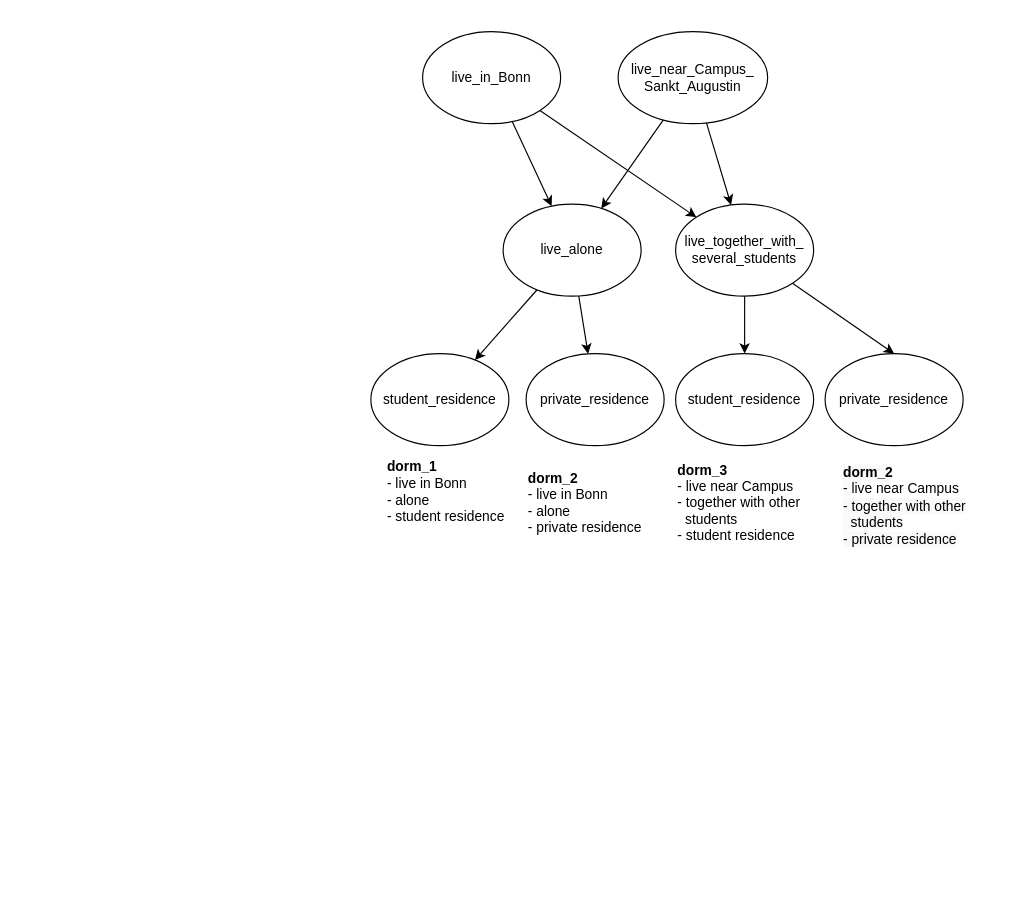
This is project/BayesianNetwork.drawio from DaniAffCH/hcir-assignments, a draw.io file, before an edit. Source tidied: cells renumbered, new cells numbered last; positions are measured from the earlier drawing's top-left corner, leaving out a move shared by most shapes. Both pictures are drawn from the tidied source at 115%, with x=0, y=0 at pixel (370, 31).
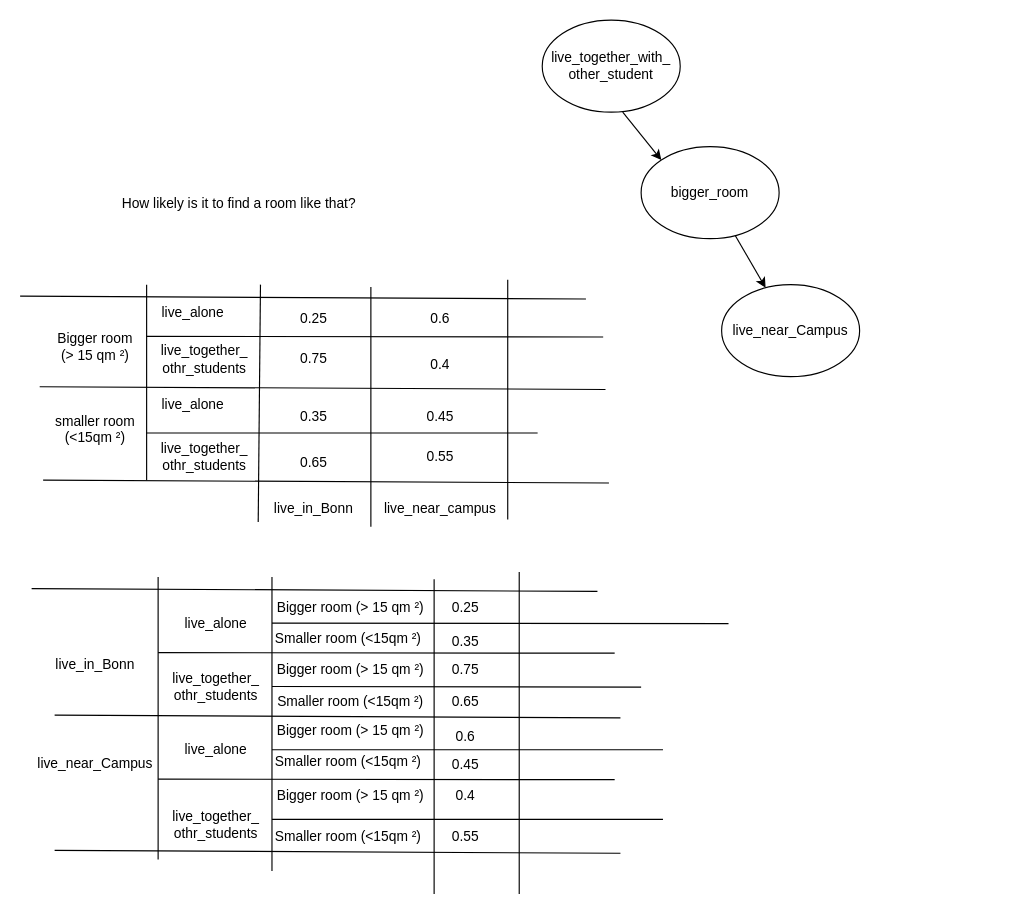
The same diagram, later.

What changed in the source:
```diff
@@
-    <mxCell id="2" style="edgeStyle=none;rounded=0;jettySize=auto;html=1;" parent="1" edge="1" source="4" target="10">
-      <mxGeometry relative="1" as="geometry" />
+    <mxCell id="2" style="edgeStyle=none;rounded=0;jettySize=auto;html=1;entryX=0;entryY=0;entryDx=0;entryDy=0;" parent="1" edge="1" target="10">
+      <mxGeometry relative="1" as="geometry">
+        <mxPoint x="219" y="70" as="sourcePoint" />
+      </mxGeometry>
     </mxCell>
-    <mxCell id="3" style="edgeStyle=none;rounded=0;jettySize=auto;html=1;" parent="1" edge="1" source="4" target="13">
-      <mxGeometry relative="1" as="geometry" />
-    </mxCell>
+    <mxCell id="22" style="edgeStyle=none;html=1;" parent="1" edge="1" source="10" target="40">
+      <mxGeometry relative="1" as="geometry" />
+    </mxCell>
+    <mxCell id="10" value="bigger_room" style="ellipse;whiteSpace=wrap;html=1;" parent="1" vertex="1">
+      <mxGeometry x="235" y="100" width="120" height="80" as="geometry" />
+    </mxCell>
+    <mxCell id="23" value="live_together_with_&lt;br&gt;other_student" style="ellipse;whiteSpace=wrap;html=1;" parent="1" vertex="1">
+      <mxGeometry x="149" y="-10" width="120" height="80" as="geometry" />
+    </mxCell>
+    <mxCell id="24" value="Bigger room &lt;br&gt;(&amp;gt; 15 qm ²)&lt;br&gt;&lt;br&gt;&lt;br&gt;&lt;br&gt;smaller room &lt;br&gt;(&amp;lt;15qm ²)" style="text;html=1;align=center;verticalAlign=middle;strokeColor=none;fillColor=none;" parent="1" vertex="1">
+      <mxGeometry x="-285" y="255" width="90" height="110" as="geometry" />
+    </mxCell>
+    <mxCell id="25" value="live_alone" style="text;html=1;align=center;verticalAlign=middle;strokeColor=none;fillColor=none;" parent="1" vertex="1">
+      <mxGeometry x="-195" y="230" width="80" height="30" as="geometry" />
+    </mxCell>
+    <mxCell id="26" value="live_alone" style="text;html=1;align=center;verticalAlign=middle;strokeColor=none;fillColor=none;" parent="1" vertex="1">
+      <mxGeometry x="-195" y="310" width="80" height="30" as="geometry" />
+    </mxCell>
+    <mxCell id="27" value="live_together_&lt;br&gt;othr_students" style="text;html=1;align=center;verticalAlign=middle;strokeColor=none;fillColor=none;" parent="1" vertex="1">
+      <mxGeometry x="-195" y="265" width="100" height="40" as="geometry" />
+    </mxCell>
+    <mxCell id="28" value="live_together_&lt;br&gt;othr_students" style="text;html=1;align=center;verticalAlign=middle;strokeColor=none;fillColor=none;" parent="1" vertex="1">
+      <mxGeometry x="-195" y="350" width="100" height="40" as="geometry" />
+    </mxCell>
+    <mxCell id="29" style="endArrow=none;html=1;" parent="1" edge="1">
+      <mxGeometry relative="1" as="geometry">
+        <mxPoint x="-195" y="390" as="sourcePoint" />
+        <mxPoint x="-195" y="220" as="targetPoint" />
+      </mxGeometry>
+    </mxCell>
+    <mxCell id="30" style="endArrow=none;html=1;exitX=-0.033;exitY=0.883;exitDx=0;exitDy=0;exitPerimeter=0;" parent="1" edge="1" source="4">
+      <mxGeometry relative="1" as="geometry">
+        <mxPoint x="-96" y="220" as="targetPoint" />
+      </mxGeometry>
+    </mxCell>
+    <mxCell id="31" style="endArrow=none;html=1;entryX=1.022;entryY=-0.005;entryDx=0;entryDy=0;entryPerimeter=0;" parent="1" edge="1">
+      <mxGeometry relative="1" as="geometry">
+        <mxPoint x="202" y="265.5" as="sourcePoint" />
+        <mxPoint x="-195" y="265" as="targetPoint" />
+      </mxGeometry>
+    </mxCell>
+    <mxCell id="32" style="endArrow=none;html=1;entryX=-0.022;entryY=-0.025;entryDx=0;entryDy=0;entryPerimeter=0;" parent="1" edge="1">
+      <mxGeometry relative="1" as="geometry">
+        <mxPoint x="204" y="311.2" as="sourcePoint" />
+        <mxPoint x="-288" y="308.8" as="targetPoint" />
+      </mxGeometry>
+    </mxCell>
+    <mxCell id="33" style="endArrow=none;html=1;entryX=-0.022;entryY=-0.025;entryDx=0;entryDy=0;entryPerimeter=0;" parent="1" edge="1">
+      <mxGeometry relative="1" as="geometry">
+        <mxPoint x="207" y="392.5" as="sourcePoint" />
+        <mxPoint x="-285" y="390" as="targetPoint" />
+      </mxGeometry>
+    </mxCell>
+    <mxCell id="34" style="endArrow=none;html=1;" parent="1" edge="1">
+      <mxGeometry relative="1" as="geometry">
+        <mxPoint x="145" y="349" as="sourcePoint" />
+        <mxPoint x="-195" y="349" as="targetPoint" />
+      </mxGeometry>
+    </mxCell>
+    <mxCell id="35" style="endArrow=none;html=1;entryX=-0.022;entryY=-0.025;entryDx=0;entryDy=0;entryPerimeter=0;" parent="1" edge="1">
+      <mxGeometry relative="1" as="geometry">
+        <mxPoint x="187" y="232.5" as="sourcePoint" />
+        <mxPoint x="-305" y="230" as="targetPoint" />
+      </mxGeometry>
+    </mxCell>
-    <mxCell id="4" value="live_in_Bonn" style="ellipse;whiteSpace=wrap;html=1;" parent="1" vertex="1">
-      <mxGeometry x="45" width="120" height="80" as="geometry" />
+    <mxCell id="4" value="live_in_Bonn" style="text;html=1;align=center;verticalAlign=middle;points=[];strokeColor=none;fillColor=none;" parent="1" vertex="1">
+      <mxGeometry x="-95" y="400" width="90" height="30" as="geometry" />
     </mxCell>
-    <mxCell id="5" style="rounded=0;jettySize=auto;html=1;" parent="1" edge="1" source="7" target="10">
-      <mxGeometry relative="1" as="geometry" />
-    </mxCell>
-    <mxCell id="6" style="edgeStyle=none;rounded=0;jettySize=auto;html=1;" parent="1" edge="1" source="7" target="13">
-      <mxGeometry relative="1" as="geometry" />
-    </mxCell>
-    <mxCell id="7" value="live_near_Campus_&lt;br&gt;Sankt_Augustin" style="ellipse;whiteSpace=wrap;html=1;" parent="1" vertex="1">
-      <mxGeometry x="215" width="130" height="80" as="geometry" />
-    </mxCell>
-    <mxCell id="8" style="edgeStyle=none;rounded=0;jettySize=auto;html=1;" parent="1" edge="1" source="10" target="15">
-      <mxGeometry relative="1" as="geometry" />
-    </mxCell>
-    <mxCell id="9" style="edgeStyle=none;rounded=0;jettySize=auto;html=1;" parent="1" edge="1" source="10" target="16">
-      <mxGeometry relative="1" as="geometry" />
-    </mxCell>
-    <mxCell id="10" value="live_alone" style="ellipse;whiteSpace=wrap;html=1;" parent="1" vertex="1">
-      <mxGeometry x="115" y="150" width="120" height="80" as="geometry" />
-    </mxCell>
-    <mxCell id="11" style="edgeStyle=none;rounded=0;jettySize=auto;html=1;" parent="1" edge="1" source="13" target="14">
-      <mxGeometry relative="1" as="geometry" />
-    </mxCell>
-    <mxCell id="12" style="edgeStyle=none;rounded=0;jettySize=auto;html=1;entryX=0.5;entryY=0;entryDx=0;entryDy=0;" parent="1" edge="1" source="13" target="17">
-      <mxGeometry relative="1" as="geometry" />
-    </mxCell>
-    <mxCell id="13" value="live_together_with_&lt;br&gt;several_students" style="ellipse;whiteSpace=wrap;html=1;" parent="1" vertex="1">
-      <mxGeometry x="265" y="150" width="120" height="80" as="geometry" />
-    </mxCell>
-    <mxCell id="14" value="student_residence" style="ellipse;whiteSpace=wrap;html=1;" parent="1" vertex="1">
-      <mxGeometry x="265" y="280" width="120" height="80" as="geometry" />
-    </mxCell>
-    <mxCell id="15" value="student_residence" style="ellipse;whiteSpace=wrap;html=1;" parent="1" vertex="1">
-      <mxGeometry y="280" width="120" height="80" as="geometry" />
-    </mxCell>
-    <mxCell id="16" value="private_residence" style="ellipse;whiteSpace=wrap;html=1;" parent="1" vertex="1">
-      <mxGeometry x="135" y="280" width="120" height="80" as="geometry" />
-    </mxCell>
-    <mxCell id="17" value="private_residence" style="ellipse;whiteSpace=wrap;html=1;" parent="1" vertex="1">
-      <mxGeometry x="395" y="280" width="120" height="80" as="geometry" />
-    </mxCell>
-    <mxCell id="18" value="&lt;div style=&quot;text-align: left&quot;&gt;&lt;b&gt;dorm_1&lt;/b&gt;&lt;/div&gt;&lt;div style=&quot;text-align: left&quot;&gt;&lt;span&gt;- live in Bonn&lt;/span&gt;&lt;/div&gt;&lt;div style=&quot;text-align: left&quot;&gt;&lt;span&gt;- alone&lt;/span&gt;&lt;/div&gt;&lt;div style=&quot;text-align: left&quot;&gt;&lt;span&gt;- student residence&lt;/span&gt;&lt;/div&gt;" style="text;html=1;align=center;verticalAlign=middle;strokeColor=none;fillColor=none;" parent="1" vertex="1">
-      <mxGeometry x="5" y="370" width="120" height="60" as="geometry" />
-    </mxCell>
-    <mxCell id="19" value="&lt;b&gt;dorm_2&lt;/b&gt;&lt;br&gt;- live in Bonn&lt;br&gt;- alone&lt;br&gt;- private residence" style="text;html=1;align=left;verticalAlign=middle;strokeColor=none;fillColor=none;" parent="1" vertex="1">
-      <mxGeometry x="135" y="380" width="110" height="60" as="geometry" />
-    </mxCell>
-    <mxCell id="20" value="&lt;b&gt;dorm_3&lt;/b&gt;&lt;br&gt;&lt;span&gt;- live near Campus&lt;/span&gt;&lt;br&gt;&lt;span&gt;- together with other&lt;/span&gt;&lt;br&gt;&lt;span&gt;&amp;nbsp; students&lt;/span&gt;&lt;br&gt;&lt;span&gt;- student residence&lt;/span&gt;" style="text;html=1;align=left;verticalAlign=middle;strokeColor=none;fillColor=none;" parent="1" vertex="1">
-      <mxGeometry x="265" y="370" width="120" height="80" as="geometry" />
-    </mxCell>
-    <mxCell id="21" value="&lt;b style=&quot;color: rgb(0 , 0 , 0) ; font-family: &amp;#34;helvetica&amp;#34; ; font-size: 12px ; font-style: normal ; letter-spacing: normal ; text-align: left ; text-indent: 0px ; text-transform: none ; word-spacing: 0px ; background-color: rgb(248 , 249 , 250)&quot;&gt;dorm_2&lt;/b&gt;&lt;br style=&quot;color: rgb(0 , 0 , 0) ; font-family: &amp;#34;helvetica&amp;#34; ; font-size: 12px ; font-style: normal ; font-weight: 400 ; letter-spacing: normal ; text-align: left ; text-indent: 0px ; text-transform: none ; word-spacing: 0px ; background-color: rgb(248 , 249 , 250)&quot;&gt;&lt;span style=&quot;color: rgb(0 , 0 , 0) ; font-family: &amp;#34;helvetica&amp;#34; ; font-size: 12px ; font-style: normal ; font-weight: 400 ; letter-spacing: normal ; text-align: left ; text-indent: 0px ; text-transform: none ; word-spacing: 0px ; background-color: rgb(248 , 249 , 250) ; display: inline ; float: none&quot;&gt;-&amp;nbsp;&lt;/span&gt;&lt;span&gt;live near Campus&lt;/span&gt;&lt;br&gt;&lt;span style=&quot;color: rgb(0 , 0 , 0) ; font-family: &amp;#34;helvetica&amp;#34; ; font-size: 12px ; font-style: normal ; font-weight: 400 ; letter-spacing: normal ; text-align: left ; text-indent: 0px ; text-transform: none ; word-spacing: 0px ; background-color: rgb(248 , 249 , 250) ; display: inline ; float: none&quot;&gt;- together with other&lt;/span&gt;&lt;br style=&quot;color: rgb(0 , 0 , 0) ; font-family: &amp;#34;helvetica&amp;#34; ; font-size: 12px ; font-style: normal ; font-weight: 400 ; letter-spacing: normal ; text-align: left ; text-indent: 0px ; text-transform: none ; word-spacing: 0px ; background-color: rgb(248 , 249 , 250)&quot;&gt;&lt;span style=&quot;color: rgb(0 , 0 , 0) ; font-family: &amp;#34;helvetica&amp;#34; ; font-size: 12px ; font-style: normal ; font-weight: 400 ; letter-spacing: normal ; text-align: left ; text-indent: 0px ; text-transform: none ; word-spacing: 0px ; background-color: rgb(248 , 249 , 250) ; display: inline ; float: none&quot;&gt;&amp;nbsp; students&lt;/span&gt;&lt;br style=&quot;color: rgb(0 , 0 , 0) ; font-family: &amp;#34;helvetica&amp;#34; ; font-size: 12px ; font-style: normal ; font-weight: 400 ; letter-spacing: normal ; text-align: left ; text-indent: 0px ; text-transform: none ; word-spacing: 0px ; background-color: rgb(248 , 249 , 250)&quot;&gt;&lt;span style=&quot;color: rgb(0 , 0 , 0) ; font-family: &amp;#34;helvetica&amp;#34; ; font-size: 12px ; font-style: normal ; font-weight: 400 ; letter-spacing: normal ; text-align: left ; text-indent: 0px ; text-transform: none ; word-spacing: 0px ; background-color: rgb(248 , 249 , 250) ; display: inline ; float: none&quot;&gt;- private residence&lt;/span&gt;" style="text;whiteSpace=wrap;html=1;" parent="1" vertex="1">
-      <mxGeometry x="409" y="370" width="130" height="90" as="geometry" />
-    </mxCell>
+    <mxCell id="36" value="live_near_campus" style="text;html=1;align=center;verticalAlign=middle;points=[];strokeColor=none;fillColor=none;" parent="1" vertex="1">
+      <mxGeometry y="400" width="120" height="30" as="geometry" />
+    </mxCell>
+    <mxCell id="37" style="endArrow=none;html=1;exitX=0;exitY=1.017;exitDx=0;exitDy=0;exitPerimeter=0;" parent="1" edge="1" source="36">
+      <mxGeometry relative="1" as="geometry">
+        <mxPoint y="222" as="targetPoint" />
+      </mxGeometry>
+    </mxCell>
+    <mxCell id="38" style="endArrow=none;html=1;exitX=0;exitY=1.017;exitDx=0;exitDy=0;exitPerimeter=0;" parent="1" edge="1">
+      <mxGeometry relative="1" as="geometry">
+        <mxPoint x="119" y="424.2" as="sourcePoint" />
+        <mxPoint x="119" y="215.7" as="targetPoint" />
+      </mxGeometry>
+    </mxCell>
+    <mxCell id="39" value="0.65" style="text;html=1;align=center;verticalAlign=middle;strokeColor=none;fillColor=none;" parent="1" vertex="1">
+      <mxGeometry x="-75" y="360" width="50" height="30" as="geometry" />
+    </mxCell>
+    <mxCell id="40" value="live_near_Campus" style="ellipse;whiteSpace=wrap;html=1;" parent="1" vertex="1">
+      <mxGeometry x="305" y="220" width="120" height="80" as="geometry" />
+    </mxCell>
+    <mxCell id="41" value="0.35" style="text;html=1;align=center;verticalAlign=middle;strokeColor=none;fillColor=none;" parent="1" vertex="1">
+      <mxGeometry x="-75" y="320" width="50" height="30" as="geometry" />
+    </mxCell>
+    <mxCell id="42" value="0.45" style="text;html=1;align=center;verticalAlign=middle;strokeColor=none;fillColor=none;" parent="1" vertex="1">
+      <mxGeometry x="35" y="320" width="50" height="30" as="geometry" />
+    </mxCell>
+    <mxCell id="43" value="0.55" style="text;html=1;align=center;verticalAlign=middle;strokeColor=none;fillColor=none;" parent="1" vertex="1">
+      <mxGeometry x="35" y="355" width="50" height="30" as="geometry" />
+    </mxCell>
+    <mxCell id="44" value="0.25" style="text;html=1;align=center;verticalAlign=middle;strokeColor=none;fillColor=none;" parent="1" vertex="1">
+      <mxGeometry x="-75" y="235" width="50" height="30" as="geometry" />
+    </mxCell>
+    <mxCell id="45" value="0.75" style="text;html=1;align=center;verticalAlign=middle;strokeColor=none;fillColor=none;" parent="1" vertex="1">
+      <mxGeometry x="-75" y="270" width="50" height="30" as="geometry" />
+    </mxCell>
+    <mxCell id="46" value="0.6" style="text;html=1;align=center;verticalAlign=middle;strokeColor=none;fillColor=none;" parent="1" vertex="1">
+      <mxGeometry x="40" y="235" width="40" height="30" as="geometry" />
+    </mxCell>
+    <mxCell id="47" value="0.4" style="text;html=1;align=center;verticalAlign=middle;strokeColor=none;fillColor=none;" parent="1" vertex="1">
+      <mxGeometry x="40" y="275" width="40" height="30" as="geometry" />
+    </mxCell>
+    <mxCell id="48" value="How likely is it to find a room like that?" style="text;html=1;align=center;verticalAlign=middle;strokeColor=none;fillColor=none;" parent="1" vertex="1">
+      <mxGeometry x="-230" y="135" width="230" height="30" as="geometry" />
+    </mxCell>
+    <mxCell id="49" value="live_in_Bonn&lt;br&gt;&lt;br&gt;&lt;br&gt;&lt;br&gt;&lt;br&gt;&lt;br&gt;live_near_Campus" style="text;html=1;align=center;verticalAlign=middle;strokeColor=none;fillColor=none;" parent="1" vertex="1">
+      <mxGeometry x="-300" y="539.3" width="120" height="110" as="geometry" />
+    </mxCell>
+    <mxCell id="50" value="live_alone" style="text;html=1;align=center;verticalAlign=middle;strokeColor=none;fillColor=none;" parent="1" vertex="1">
+      <mxGeometry x="-175" y="500" width="80" height="30" as="geometry" />
+    </mxCell>
+    <mxCell id="51" value="live_alone" style="text;html=1;align=center;verticalAlign=middle;strokeColor=none;fillColor=none;" parent="1" vertex="1">
+      <mxGeometry x="-175" y="610" width="80" height="30" as="geometry" />
+    </mxCell>
+    <mxCell id="52" value="live_together_&lt;br&gt;othr_students" style="text;html=1;align=center;verticalAlign=middle;strokeColor=none;fillColor=none;" parent="1" vertex="1">
+      <mxGeometry x="-185" y="550" width="100" height="40" as="geometry" />
+    </mxCell>
+    <mxCell id="53" value="live_together_&lt;br&gt;othr_students" style="text;html=1;align=center;verticalAlign=middle;strokeColor=none;fillColor=none;" parent="1" vertex="1">
+      <mxGeometry x="-185" y="670" width="100" height="40" as="geometry" />
+    </mxCell>
+    <mxCell id="54" style="endArrow=none;html=1;" parent="1" edge="1">
+      <mxGeometry relative="1" as="geometry">
+        <mxPoint x="-185" y="720" as="sourcePoint" />
+        <mxPoint x="-185" y="474.3" as="targetPoint" />
+      </mxGeometry>
+    </mxCell>
+    <mxCell id="55" style="endArrow=none;html=1;" parent="1" edge="1">
+      <mxGeometry relative="1" as="geometry">
+        <mxPoint x="-86" y="730" as="sourcePoint" />
+        <mxPoint x="-86" y="474.3" as="targetPoint" />
+      </mxGeometry>
+    </mxCell>
+    <mxCell id="56" style="endArrow=none;html=1;entryX=1.022;entryY=-0.005;entryDx=0;entryDy=0;entryPerimeter=0;" parent="1" edge="1">
+      <mxGeometry relative="1" as="geometry">
+        <mxPoint x="212" y="540.5" as="sourcePoint" />
+        <mxPoint x="-185" y="540" as="targetPoint" />
+      </mxGeometry>
+    </mxCell>
+    <mxCell id="57" style="endArrow=none;html=1;entryX=-0.022;entryY=-0.025;entryDx=0;entryDy=0;entryPerimeter=0;" parent="1" edge="1">
+      <mxGeometry relative="1" as="geometry">
+        <mxPoint x="217" y="596.8" as="sourcePoint" />
+        <mxPoint x="-275" y="594.3" as="targetPoint" />
+      </mxGeometry>
+    </mxCell>
+    <mxCell id="58" style="endArrow=none;html=1;entryX=-0.022;entryY=-0.025;entryDx=0;entryDy=0;entryPerimeter=0;" parent="1" edge="1">
+      <mxGeometry relative="1" as="geometry">
+        <mxPoint x="217" y="714.5" as="sourcePoint" />
+        <mxPoint x="-275" y="712" as="targetPoint" />
+      </mxGeometry>
+    </mxCell>
+    <mxCell id="59" style="endArrow=none;html=1;startArrow=none;" parent="1" edge="1">
+      <mxGeometry relative="1" as="geometry">
+        <mxPoint x="235" y="570" as="sourcePoint" />
+        <mxPoint x="-86" y="569.5" as="targetPoint" />
+      </mxGeometry>
+    </mxCell>
+    <mxCell id="60" style="endArrow=none;html=1;entryX=-0.022;entryY=-0.025;entryDx=0;entryDy=0;entryPerimeter=0;" parent="1" edge="1">
+      <mxGeometry relative="1" as="geometry">
+        <mxPoint x="197" y="486.8" as="sourcePoint" />
+        <mxPoint x="-295" y="484.3" as="targetPoint" />
+      </mxGeometry>
+    </mxCell>
+    <mxCell id="61" style="endArrow=none;html=1;" parent="1" edge="1">
+      <mxGeometry relative="1" as="geometry">
+        <mxPoint x="55" y="750" as="sourcePoint" />
+        <mxPoint x="55" y="476.3" as="targetPoint" />
+      </mxGeometry>
+    </mxCell>
+    <mxCell id="62" style="endArrow=none;html=1;" parent="1" edge="1">
+      <mxGeometry relative="1" as="geometry">
+        <mxPoint x="129" y="750" as="sourcePoint" />
+        <mxPoint x="129" y="470" as="targetPoint" />
+      </mxGeometry>
+    </mxCell>
+    <mxCell id="63" style="endArrow=none;html=1;entryX=1.022;entryY=-0.005;entryDx=0;entryDy=0;entryPerimeter=0;" parent="1" edge="1">
+      <mxGeometry relative="1" as="geometry">
+        <mxPoint x="311" y="514.8" as="sourcePoint" />
+        <mxPoint x="-86" y="514.3" as="targetPoint" />
+      </mxGeometry>
+    </mxCell>
+    <mxCell id="64" style="endArrow=none;html=1;entryX=1.022;entryY=-0.005;entryDx=0;entryDy=0;entryPerimeter=0;" parent="1" edge="1">
+      <mxGeometry relative="1" as="geometry">
+        <mxPoint x="212" y="650.5" as="sourcePoint" />
+        <mxPoint x="-185" y="650" as="targetPoint" />
+      </mxGeometry>
+    </mxCell>
+    <mxCell id="65" value="Bigger room (&amp;gt; 15 qm ²)" style="text;html=1;align=center;verticalAlign=middle;strokeColor=none;fillColor=none;" parent="1" vertex="1">
+      <mxGeometry x="-93" y="540" width="150" height="30" as="geometry" />
+    </mxCell>
+    <mxCell id="66" value="Bigger room (&amp;gt; 15 qm ²)" style="text;html=1;align=center;verticalAlign=middle;strokeColor=none;fillColor=none;" parent="1" vertex="1">
+      <mxGeometry x="-93" y="486.3" width="150" height="30" as="geometry" />
+    </mxCell>
+    <mxCell id="67" value="Bigger room (&amp;gt; 15 qm ²)" style="text;html=1;align=center;verticalAlign=middle;strokeColor=none;fillColor=none;" parent="1" vertex="1">
+      <mxGeometry x="-93" y="593" width="150" height="30" as="geometry" />
+    </mxCell>
+    <mxCell id="68" value="Bigger room (&amp;gt; 15 qm ²)" style="text;html=1;align=center;verticalAlign=middle;strokeColor=none;fillColor=none;" parent="1" vertex="1">
+      <mxGeometry x="-93" y="650" width="150" height="30" as="geometry" />
+    </mxCell>
+    <mxCell id="69" style="endArrow=none;html=1;" parent="1" edge="1">
+      <mxGeometry relative="1" as="geometry">
+        <mxPoint x="254" y="624.5" as="sourcePoint" />
+        <mxPoint x="-86" y="624.5" as="targetPoint" />
+      </mxGeometry>
+    </mxCell>
+    <mxCell id="70" style="endArrow=none;html=1;" parent="1" edge="1">
+      <mxGeometry relative="1" as="geometry">
+        <mxPoint x="254" y="685" as="sourcePoint" />
+        <mxPoint x="-86" y="685" as="targetPoint" />
+      </mxGeometry>
+    </mxCell>
+    <mxCell id="71" value="Smaller room (&amp;lt;15qm ²)" style="text;html=1;align=center;verticalAlign=middle;strokeColor=none;fillColor=none;" parent="1" vertex="1">
+      <mxGeometry x="-95" y="513.3" width="150" height="30" as="geometry" />
+    </mxCell>
+    <mxCell id="72" value="Smaller room (&amp;lt;15qm ²)" style="text;html=1;align=center;verticalAlign=middle;strokeColor=none;fillColor=none;" parent="1" vertex="1">
+      <mxGeometry x="-93" y="568" width="150" height="30" as="geometry" />
+    </mxCell>
+    <mxCell id="73" value="Smaller room (&amp;lt;15qm ²)" style="text;html=1;align=center;verticalAlign=middle;strokeColor=none;fillColor=none;" parent="1" vertex="1">
+      <mxGeometry x="-95" y="620" width="150" height="30" as="geometry" />
+    </mxCell>
+    <mxCell id="74" value="Smaller room (&amp;lt;15qm ²)" style="text;html=1;align=center;verticalAlign=middle;strokeColor=none;fillColor=none;" parent="1" vertex="1">
+      <mxGeometry x="-95" y="685" width="150" height="30" as="geometry" />
+    </mxCell>
+    <mxCell id="75" value="0.25" style="text;html=1;align=center;verticalAlign=middle;strokeColor=none;fillColor=none;" parent="1" vertex="1">
+      <mxGeometry x="57" y="486.3" width="50" height="30" as="geometry" />
+    </mxCell>
+    <mxCell id="76" value="0.75" style="text;html=1;align=center;verticalAlign=middle;strokeColor=none;fillColor=none;" parent="1" vertex="1">
+      <mxGeometry x="57" y="540" width="50" height="30" as="geometry" />
+    </mxCell>
+    <mxCell id="77" value="0.35" style="text;html=1;align=center;verticalAlign=middle;strokeColor=none;fillColor=none;" parent="1" vertex="1">
+      <mxGeometry x="57" y="516.3" width="50" height="30" as="geometry" />
+    </mxCell>
+    <mxCell id="78" value="0.65" style="text;html=1;align=center;verticalAlign=middle;strokeColor=none;fillColor=none;" parent="1" vertex="1">
+      <mxGeometry x="57" y="568" width="50" height="30" as="geometry" />
+    </mxCell>
+    <mxCell id="79" value="0.6" style="text;html=1;align=center;verticalAlign=middle;strokeColor=none;fillColor=none;" parent="1" vertex="1">
+      <mxGeometry x="62" y="598" width="40" height="30" as="geometry" />
+    </mxCell>
+    <mxCell id="80" value="0.45" style="text;html=1;align=center;verticalAlign=middle;strokeColor=none;fillColor=none;" parent="1" vertex="1">
+      <mxGeometry x="57" y="623" width="50" height="30" as="geometry" />
+    </mxCell>
+    <mxCell id="81" value="0.4" style="text;html=1;align=center;verticalAlign=middle;strokeColor=none;fillColor=none;" parent="1" vertex="1">
+      <mxGeometry x="62" y="650" width="40" height="30" as="geometry" />
+    </mxCell>
+    <mxCell id="82" value="0.55" style="text;html=1;align=center;verticalAlign=middle;strokeColor=none;fillColor=none;" parent="1" vertex="1">
+      <mxGeometry x="57" y="685" width="50" height="30" as="geometry" />
+    </mxCell>
```
